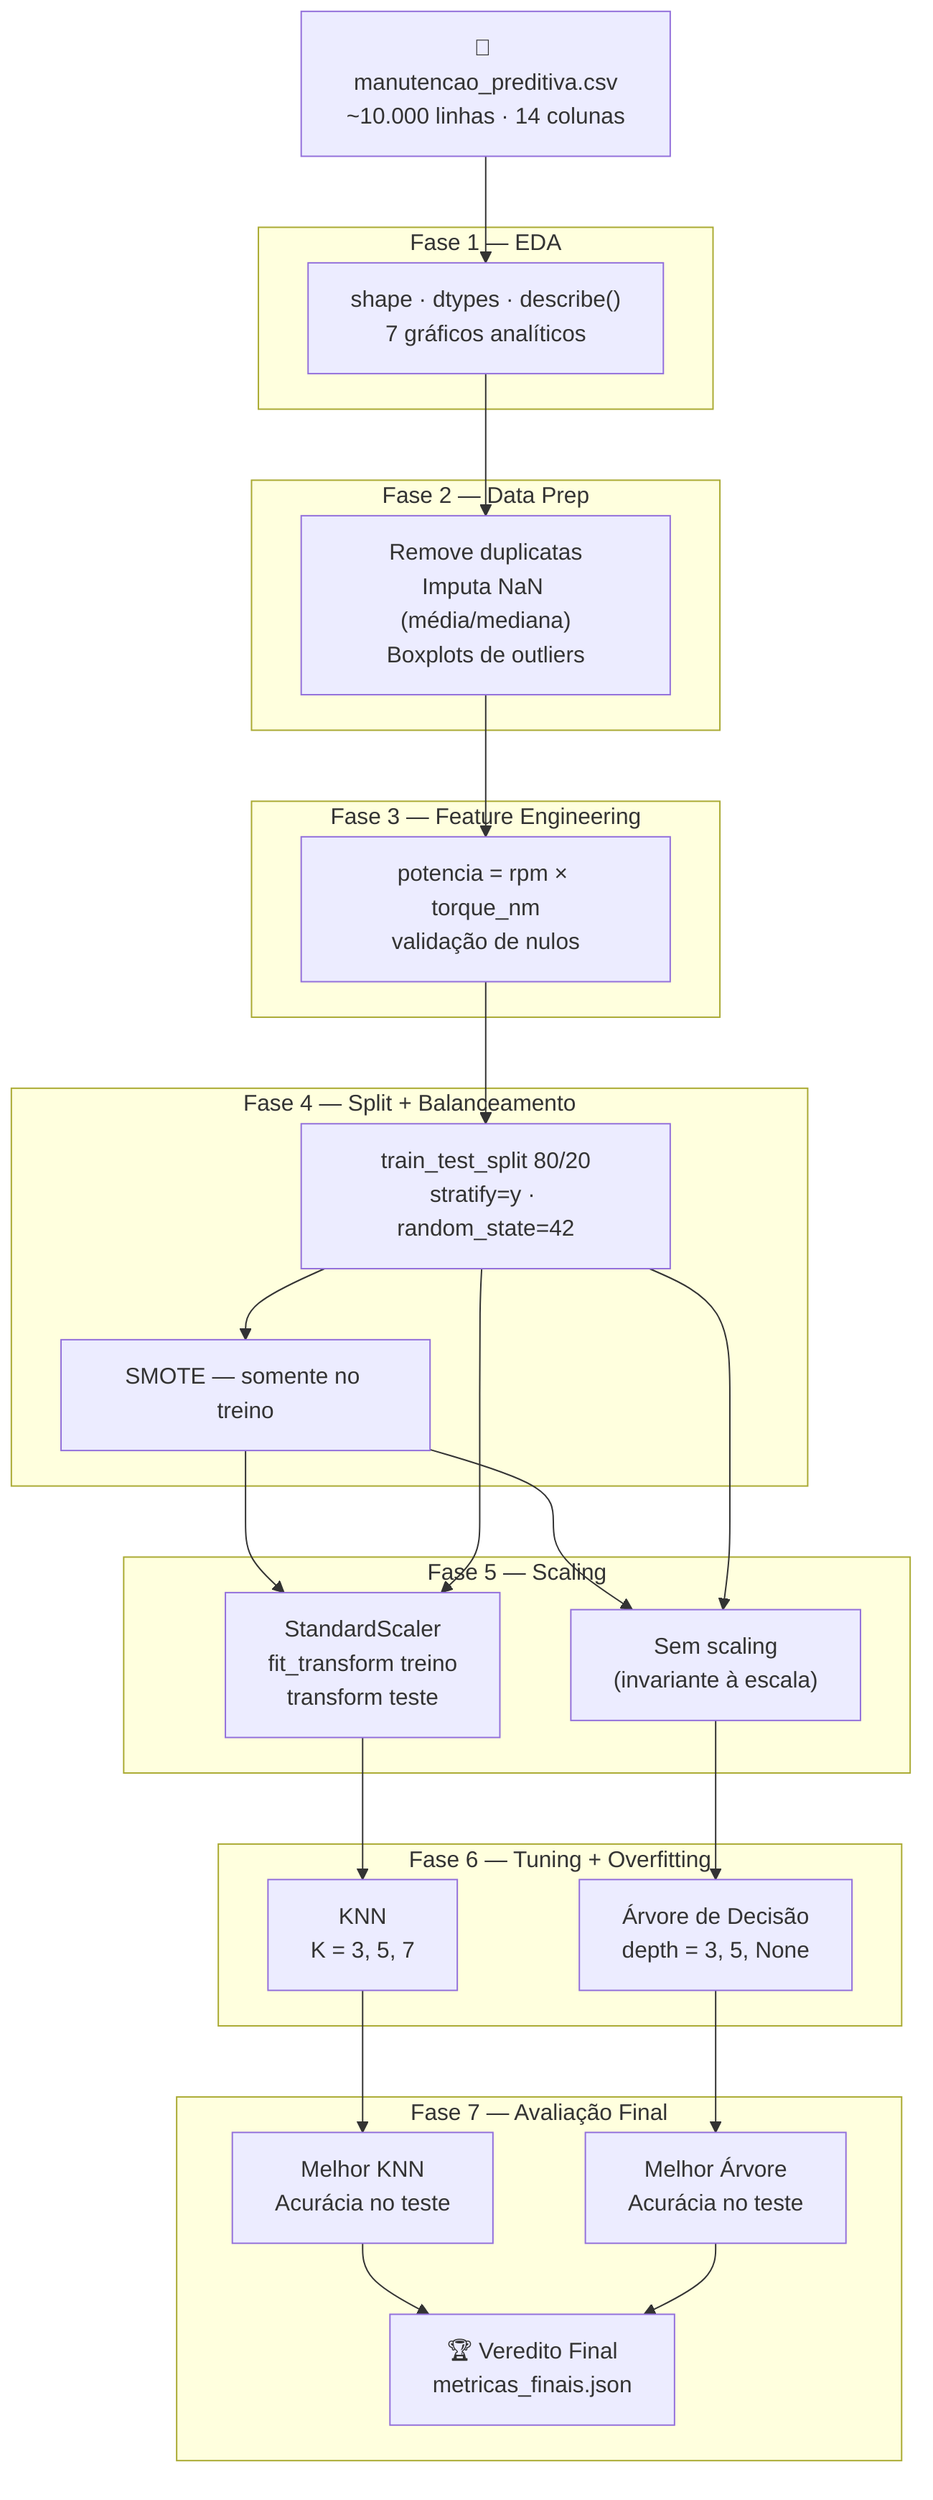
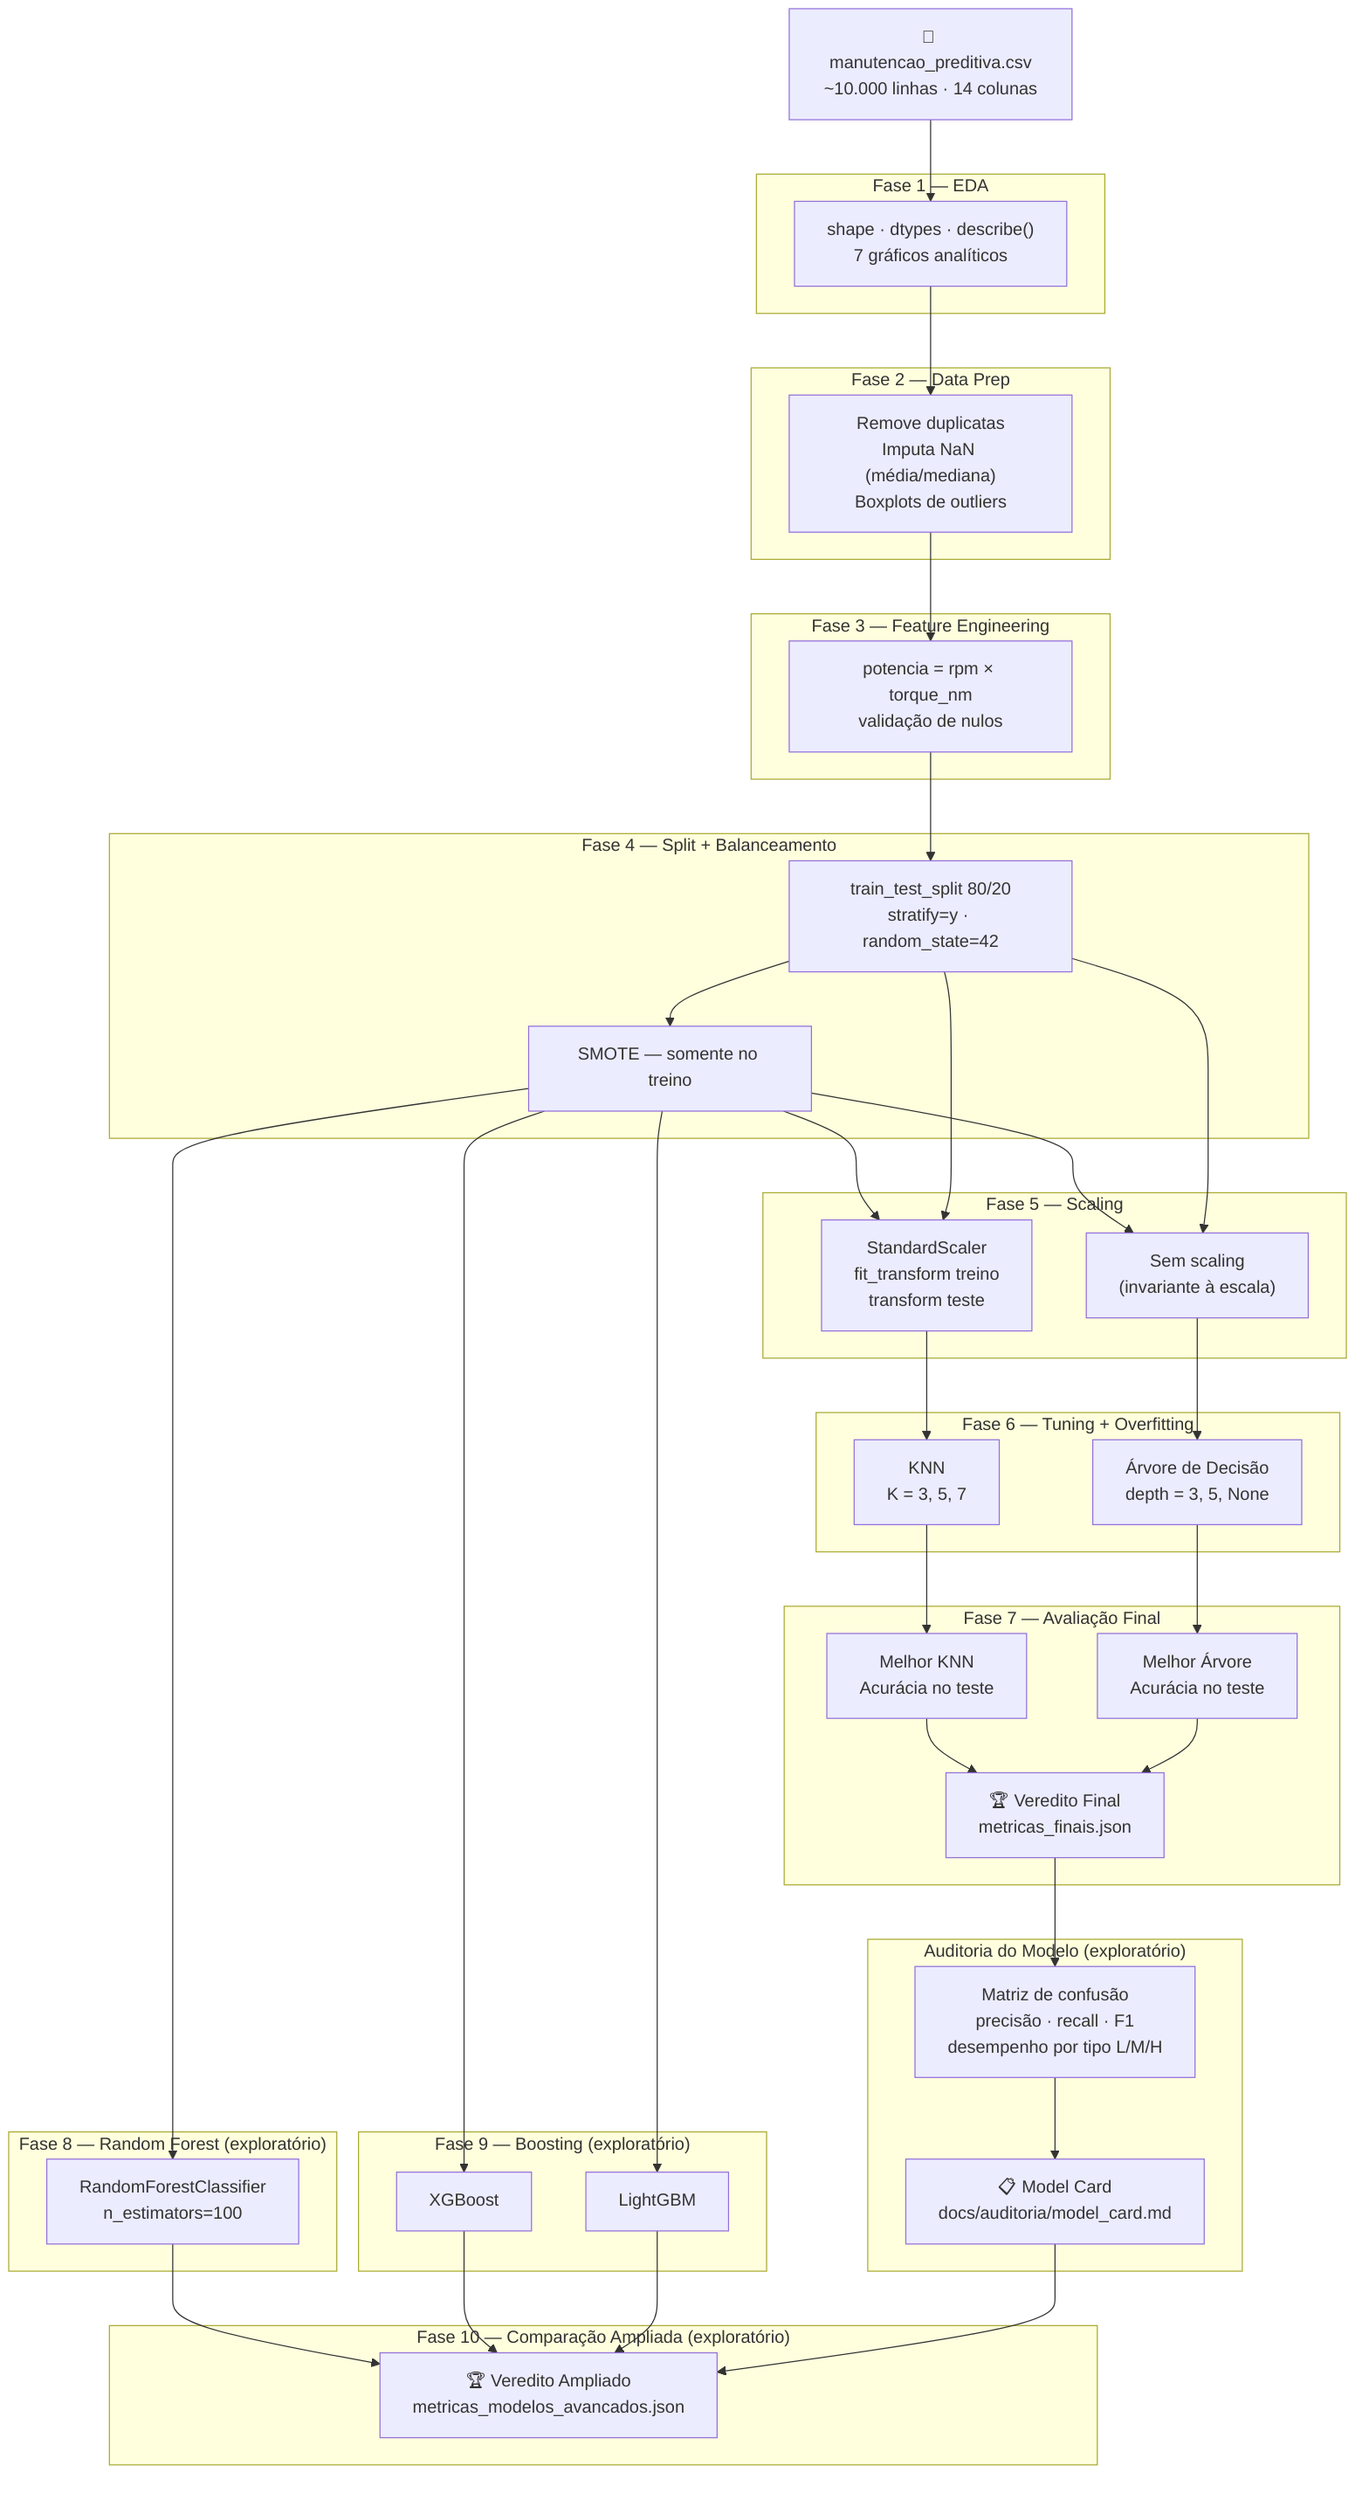
flowchart TD
    A["📁 manutencao_preditiva.csv\n~10.000 linhas · 14 colunas"] --> B

    subgraph FASE1["Fase 1 — EDA"]
        B["shape · dtypes · describe()\n7 gráficos analíticos"]
    end

    subgraph FASE2["Fase 2 — Data Prep"]
        C["Remove duplicatas\nImputa NaN (média/mediana)\nBoxplots de outliers"]
    end

    subgraph FASE3["Fase 3 — Feature Engineering"]
        D["potencia = rpm × torque_nm\nvalidação de nulos"]
    end

    subgraph FASE4["Fase 4 — Split + Balanceamento"]
        E["train_test_split 80/20\nstratify=y · random_state=42"]
        F["SMOTE — somente no treino"]
    end

    subgraph FASE5["Fase 5 — Scaling"]
        G["StandardScaler\nfit_transform treino\ntransform teste"]
        H["Sem scaling\n(invariante à escala)"]
    end

    subgraph FASE6["Fase 6 — Tuning + Overfitting"]
        I["KNN\nK = 3, 5, 7"]
        J["Árvore de Decisão\ndepth = 3, 5, None"]
    end

    subgraph FASE7["Fase 7 — Avaliação Final"]
        K["Melhor KNN\nAcurácia no teste"]
        L["Melhor Árvore\nAcurácia no teste"]
        M["🏆 Veredito Final\nmetricas_finais.json"]
    end

+     subgraph AUDIT["Auditoria do Modelo (exploratório)"]
+         N["Matriz de confusão\nprecisão · recall · F1\ndesempenho por tipo L/M/H"]
+         O["📋 Model Card\ndocs/auditoria/model_card.md"]
+     end
+ 
+     subgraph FASE8["Fase 8 — Random Forest (exploratório)"]
+         P["RandomForestClassifier\nn_estimators=100"]
+     end
+ 
+     subgraph FASE9["Fase 9 — Boosting (exploratório)"]
+         Q["XGBoost"]
+         R["LightGBM"]
+     end
+ 
+     subgraph FASE10["Fase 10 — Comparação Ampliada (exploratório)"]
+         S["🏆 Veredito Ampliado\nmetricas_modelos_avancados.json"]
+     end
+ 
    B --> C --> D --> E
    E --> F
    F --> G --> I
    F --> H --> J
    E --> G
    E --> H
    I --> K
    J --> L
    K --> M
    L --> M
+     M --> N --> O
+     F --> P
+     F --> Q
+     F --> R
+     P --> S
+     Q --> S
+     R --> S
+     O --> S

    %% Última revisão: 2026-07-10
